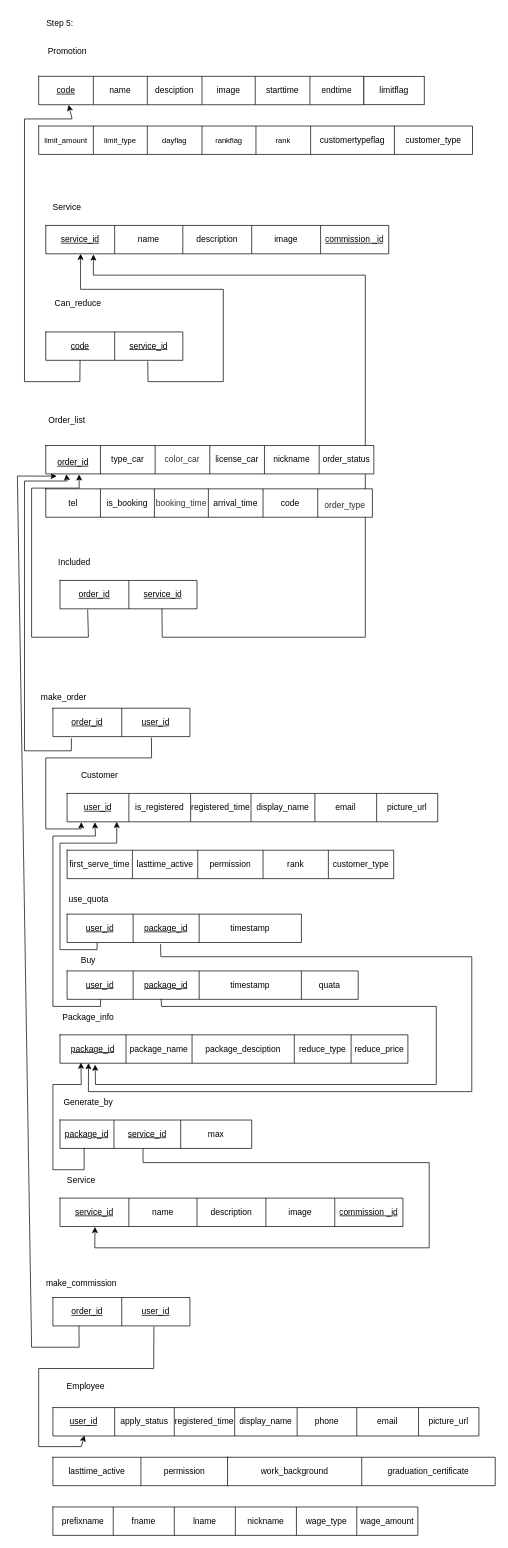
This is page "Step_P3" (4 of 8) of carcare.drawio from jarawin/carcare, a draw.io file, before an edit. Source tidied: cells renumbered, new cells numbered last; positions are measured from the earlier drawing's top-left corner, leaving out a move shared by most shapes. Both pictures are drawn from the tidied source at 71%, with x=0, y=0 at pixel (17, 12).
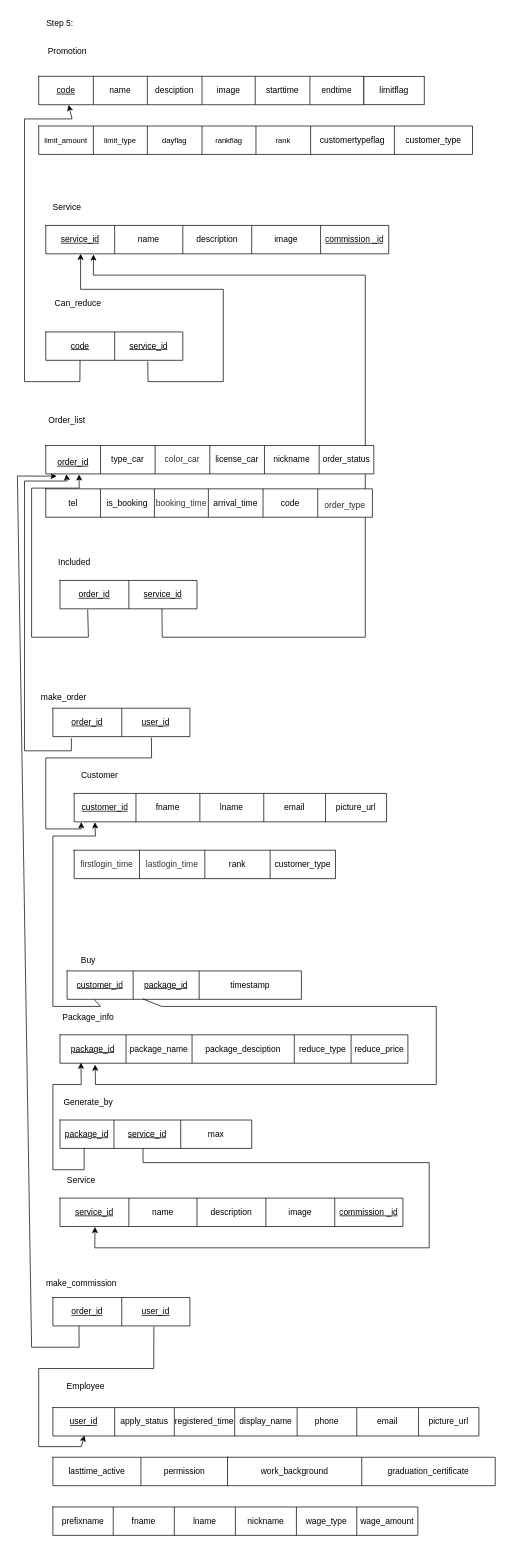
The same page after the edit.

Unchanged cells that the change refers to:
```xml
<mxCell id="29" style="shape=tableRow;horizontal=0;startSize=0;swimlaneHead=0;swimlaneBody=0;top=0;left=0;bottom=0;right=0;fillColor=none;points=[[0,0.5],[1,0.5]];portConstraint=eastwest;strokeColor=default;fontFamily=Helvetica;fontSize=12;fontColor=default;html=1;" parent="28" vertex="1">
  <mxGeometry width="490" height="40" as="geometry" />
</mxCell>
<mxCell id="86" style="shape=tableRow;horizontal=0;startSize=0;swimlaneHead=0;swimlaneBody=0;top=0;left=0;bottom=0;right=0;fillColor=none;points=[[0,0.5],[1,0.5]];portConstraint=eastwest;strokeColor=default;fontFamily=Helvetica;fontSize=12;fontColor=default;html=1;" parent="85" vertex="1">
  <mxGeometry width="193" height="40" as="geometry" />
</mxCell>
```

Change to the diagram source:
```diff
@@
     <mxCell id="36" style="shape=table;startSize=0;childLayout=tableLayout;strokeColor=default;fontFamily=Helvetica;fontSize=12;fontColor=default;fillColor=default;html=1;" parent="1" vertex="1">
-      <mxGeometry x="70" y="1350" width="410" height="40" as="geometry" />
+      <mxGeometry x="70" y="1350" width="330" height="40" as="geometry" />
     </mxCell>
     <mxCell id="37" style="shape=tableRow;horizontal=0;startSize=0;swimlaneHead=0;swimlaneBody=0;top=0;left=0;bottom=0;right=0;fillColor=none;points=[[0,0.5],[1,0.5]];portConstraint=eastwest;strokeColor=default;fontFamily=Helvetica;fontSize=12;fontColor=default;html=1;" parent="36" vertex="1">
-      <mxGeometry width="410" height="40" as="geometry" />
+      <mxGeometry width="330" height="40" as="geometry" />
     </mxCell>
-    <mxCell id="38" value="&lt;u&gt;user_id&lt;/u&gt;" style="shape=partialRectangle;html=1;whiteSpace=wrap;overflow=hidden;fillColor=none;top=0;left=0;bottom=0;right=0;strokeColor=default;fontFamily=Helvetica;fontSize=12;fontColor=default;startSize=0;" parent="37" vertex="1">
+    <mxCell id="38" value="&lt;u&gt;&lt;span style=&quot;line-height: 12.72px; font-family: Helvetica, sans-serif; background-image: initial; background-position: initial; background-size: initial; background-repeat: initial; background-attachment: initial; background-origin: initial; background-clip: initial;&quot;&gt;customer_id&lt;/span&gt;&lt;/u&gt;" style="shape=partialRectangle;html=1;whiteSpace=wrap;overflow=hidden;fillColor=none;top=0;left=0;bottom=0;right=0;strokeColor=default;fontFamily=Helvetica;fontSize=12;fontColor=default;startSize=0;" parent="37" vertex="1">
       <mxGeometry width="93" height="40" as="geometry" />
     </mxCell>
@@
-    <mxCell id="41" value="&lt;span style=&quot;font-size: 9pt; line-height: 106%; font-family: Helvetica, sans-serif; background-image: initial; background-position: initial; background-size: initial; background-repeat: initial; background-attachment: initial; background-origin: initial; background-clip: initial;&quot;&gt;quata&lt;/span&gt;" style="shape=partialRectangle;html=1;whiteSpace=wrap;overflow=hidden;fillColor=none;top=0;left=0;bottom=0;right=0;strokeColor=default;fontFamily=Helvetica;fontSize=12;fontColor=default;startSize=0;" parent="37" vertex="1">
-      <mxGeometry x="330" width="80" height="40" as="geometry" />
-    </mxCell>
-    <mxCell id="42" style="endArrow=classic;html=1;rounded=0;exitX=0.115;exitY=1.002;exitDx=0;exitDy=0;exitPerimeter=0;entryX=0.075;entryY=1.015;entryDx=0;entryDy=0;entryPerimeter=0;" parent="1" edge="1" source="37" target="61">
+    <mxCell id="42" style="endArrow=classic;html=1;rounded=0;exitX=0.115;exitY=1.002;exitDx=0;exitDy=0;exitPerimeter=0;entryX=0.075;entryY=1.015;entryDx=0;entryDy=0;entryPerimeter=0;" parent="1" edge="1" source="37">
       <mxGeometry relative="1" as="geometry">
+        <mxPoint x="109.2" y="1140.6" as="targetPoint" />
         <Array as="points">
           <mxPoint x="117" y="1400" />
           <mxPoint x="50" y="1400" />
           <mxPoint x="50" y="1160" />
           <mxPoint x="110" y="1160" />
         </Array>
       </mxGeometry>
     </mxCell>
@@
-    <mxCell id="60" style="shape=table;startSize=0;childLayout=tableLayout;strokeColor=default;fontFamily=Helvetica;fontSize=12;fontColor=default;fillColor=default;html=1;" parent="1" vertex="1">
-      <mxGeometry x="70" y="1100" width="522" height="40" as="geometry" />
-    </mxCell>
-    <mxCell id="61" style="shape=tableRow;horizontal=0;startSize=0;swimlaneHead=0;swimlaneBody=0;top=0;left=0;bottom=0;right=0;fillColor=none;points=[[0,0.5],[1,0.5]];portConstraint=eastwest;strokeColor=default;fontFamily=Helvetica;fontSize=12;fontColor=default;html=1;" parent="60" vertex="1">
-      <mxGeometry width="522" height="40" as="geometry" />
-    </mxCell>
-    <mxCell id="62" value="&lt;u&gt;&lt;span style=&quot;line-height: 106%; font-family: Helvetica, sans-serif; background-image: initial; background-position: initial; background-size: initial; background-repeat: initial; background-attachment: initial; background-origin: initial; background-clip: initial;&quot;&gt;&lt;font style=&quot;font-size: 12px;&quot;&gt;user_id&lt;/font&gt;&lt;/span&gt;&lt;/u&gt;" style="shape=partialRectangle;html=1;whiteSpace=wrap;overflow=hidden;fillColor=none;top=0;left=0;bottom=0;right=0;strokeColor=default;fontFamily=Helvetica;fontSize=12;fontColor=default;startSize=0;" parent="61" vertex="1">
-      <mxGeometry width="87" height="40" as="geometry" />
-    </mxCell>
-    <mxCell id="63" value="&lt;span style=&quot;line-height: 106%; font-family: Helvetica, sans-serif; background-image: initial; background-position: initial; background-size: initial; background-repeat: initial; background-attachment: initial; background-origin: initial; background-clip: initial;&quot;&gt;&lt;font style=&quot;font-size: 12px;&quot;&gt;is_registered&lt;/font&gt;&lt;/span&gt;" style="shape=partialRectangle;html=1;whiteSpace=wrap;overflow=hidden;fillColor=none;top=0;left=0;bottom=0;right=0;strokeColor=default;fontFamily=Helvetica;fontSize=12;fontColor=default;startSize=0;" parent="61" vertex="1">
-      <mxGeometry x="87" width="87" height="40" as="geometry" />
-    </mxCell>
-    <mxCell id="64" value="&lt;span style=&quot;line-height: 106%; font-family: Helvetica, sans-serif; background-image: initial; background-position: initial; background-size: initial; background-repeat: initial; background-attachment: initial; background-origin: initial; background-clip: initial;&quot;&gt;&lt;font style=&quot;font-size: 12px;&quot;&gt;registered_time&lt;/font&gt;&lt;/span&gt;" style="shape=partialRectangle;html=1;whiteSpace=wrap;overflow=hidden;fillColor=none;top=0;left=0;bottom=0;right=0;strokeColor=default;fontFamily=Helvetica;fontSize=12;fontColor=default;startSize=0;" parent="61" vertex="1">
-      <mxGeometry x="174" width="85" height="40" as="geometry" />
-    </mxCell>
-    <mxCell id="65" value="&lt;span style=&quot;line-height: 106%; font-family: Helvetica, sans-serif; background-image: initial; background-position: initial; background-size: initial; background-repeat: initial; background-attachment: initial; background-origin: initial; background-clip: initial;&quot;&gt;&lt;font style=&quot;font-size: 12px;&quot;&gt;display_name&lt;/font&gt;&lt;/span&gt;" style="shape=partialRectangle;html=1;whiteSpace=wrap;overflow=hidden;fillColor=none;top=0;left=0;bottom=0;right=0;strokeColor=default;fontFamily=Helvetica;fontSize=12;fontColor=default;startSize=0;" parent="61" vertex="1">
-      <mxGeometry x="259" width="90" height="40" as="geometry" />
-    </mxCell>
-    <mxCell id="66" value="&lt;span style=&quot;line-height: 106%; font-family: Helvetica, sans-serif; background-image: initial; background-position: initial; background-size: initial; background-repeat: initial; background-attachment: initial; background-origin: initial; background-clip: initial;&quot;&gt;&lt;font style=&quot;font-size: 12px;&quot;&gt;email&lt;/font&gt;&lt;/span&gt;" style="shape=partialRectangle;html=1;whiteSpace=wrap;overflow=hidden;fillColor=none;top=0;left=0;bottom=0;right=0;strokeColor=default;fontFamily=Helvetica;fontSize=12;fontColor=default;startSize=0;" parent="61" vertex="1">
-      <mxGeometry x="349" width="87" height="40" as="geometry" />
-    </mxCell>
-    <mxCell id="67" value="&lt;span style=&quot;line-height: 106%; font-family: Helvetica, sans-serif; background-image: initial; background-position: initial; background-size: initial; background-repeat: initial; background-attachment: initial; background-origin: initial; background-clip: initial;&quot;&gt;&lt;font style=&quot;font-size: 12px;&quot;&gt;picture_url&lt;/font&gt;&lt;/span&gt;" style="shape=partialRectangle;html=1;whiteSpace=wrap;overflow=hidden;fillColor=none;top=0;left=0;bottom=0;right=0;strokeColor=default;fontFamily=Helvetica;fontSize=12;fontColor=default;startSize=0;" parent="61" vertex="1">
-      <mxGeometry x="436" width="86" height="40" as="geometry" />
-    </mxCell>
-    <mxCell id="68" style="shape=table;startSize=0;childLayout=tableLayout;strokeColor=default;fontFamily=Helvetica;fontSize=12;fontColor=default;fillColor=default;html=1;" parent="1" vertex="1">
-      <mxGeometry x="70" y="1180" width="460" height="40" as="geometry" />
-    </mxCell>
-    <mxCell id="69" style="shape=tableRow;horizontal=0;startSize=0;swimlaneHead=0;swimlaneBody=0;top=0;left=0;bottom=0;right=0;fillColor=none;strokeColor=default;fontFamily=Helvetica;fontSize=12;fontColor=default;html=1;" parent="68" vertex="1">
-      <mxGeometry width="460" height="40" as="geometry" />
-    </mxCell>
-    <mxCell id="70" value="first_serve_time" style="shape=partialRectangle;html=1;whiteSpace=wrap;overflow=hidden;fillColor=none;top=0;left=0;bottom=0;right=0;strokeColor=default;fontFamily=Helvetica;fontSize=12;fontColor=default;startSize=0;" parent="69" vertex="1">
-      <mxGeometry width="92" height="40" as="geometry" />
-    </mxCell>
-    <mxCell id="71" value="&lt;span style=&quot;line-height: 106%; font-family: Helvetica, sans-serif; background-image: initial; background-position: initial; background-size: initial; background-repeat: initial; background-attachment: initial; background-origin: initial; background-clip: initial;&quot;&gt;&lt;font style=&quot;font-size: 12px;&quot;&gt;lasttime_active&lt;/font&gt;&lt;/span&gt;" style="shape=partialRectangle;html=1;whiteSpace=wrap;overflow=hidden;fillColor=none;top=0;left=0;bottom=0;right=0;strokeColor=default;fontFamily=Helvetica;fontSize=12;fontColor=default;startSize=0;" parent="69" vertex="1">
-      <mxGeometry x="92" width="92" height="40" as="geometry" />
-    </mxCell>
-    <mxCell id="72" value="&lt;span style=&quot;line-height: 106%; font-family: Helvetica, sans-serif; background-image: initial; background-position: initial; background-size: initial; background-repeat: initial; background-attachment: initial; background-origin: initial; background-clip: initial;&quot;&gt;&lt;font style=&quot;font-size: 12px;&quot;&gt;permission&lt;/font&gt;&lt;/span&gt;" style="shape=partialRectangle;html=1;whiteSpace=wrap;overflow=hidden;fillColor=none;top=0;left=0;bottom=0;right=0;strokeColor=default;fontFamily=Helvetica;fontSize=12;fontColor=default;startSize=0;" parent="69" vertex="1">
-      <mxGeometry x="184" width="92" height="40" as="geometry" />
-    </mxCell>
-    <mxCell id="73" value="&lt;span style=&quot;font-size: 9pt; line-height: 106%; font-family: Helvetica, sans-serif; background-image: initial; background-position: initial; background-size: initial; background-repeat: initial; background-attachment: initial; background-origin: initial; background-clip: initial;&quot;&gt;rank&lt;/span&gt;" style="shape=partialRectangle;html=1;whiteSpace=wrap;overflow=hidden;fillColor=none;top=0;left=0;bottom=0;right=0;strokeColor=default;fontFamily=Helvetica;fontSize=12;fontColor=default;startSize=0;" parent="69" vertex="1">
-      <mxGeometry x="276" width="92" height="40" as="geometry" />
-    </mxCell>
-    <mxCell id="74" value="&lt;span style=&quot;font-size: 9pt; line-height: 106%; font-family: Helvetica, sans-serif; background-image: initial; background-position: initial; background-size: initial; background-repeat: initial; background-attachment: initial; background-origin: initial; background-clip: initial;&quot;&gt;customer_type&lt;/span&gt;" style="shape=partialRectangle;html=1;whiteSpace=wrap;overflow=hidden;fillColor=none;top=0;left=0;bottom=0;right=0;strokeColor=default;fontFamily=Helvetica;fontSize=12;fontColor=default;startSize=0;" parent="69" vertex="1">
-      <mxGeometry x="368" width="92" height="40" as="geometry" />
-    </mxCell>
@@
-    <mxCell id="76" value="use_quota" style="text;html=1;align=center;verticalAlign=middle;strokeColor=none;fillColor=none;" parent="1" vertex="1">
-      <mxGeometry x="60" y="1235" width="80" height="30" as="geometry" />
-    </mxCell>
-    <mxCell id="77" style="shape=table;startSize=0;childLayout=tableLayout;strokeColor=default;fontFamily=Helvetica;fontSize=12;fontColor=default;fillColor=default;html=1;" parent="1" vertex="1">
-      <mxGeometry x="70" y="1270" width="330" height="40" as="geometry" />
-    </mxCell>
-    <mxCell id="78" style="shape=tableRow;horizontal=0;startSize=0;swimlaneHead=0;swimlaneBody=0;top=0;left=0;bottom=0;right=0;fillColor=none;points=[[0,0.5],[1,0.5]];portConstraint=eastwest;strokeColor=default;fontFamily=Helvetica;fontSize=12;fontColor=default;html=1;" parent="77" vertex="1">
-      <mxGeometry width="330" height="40" as="geometry" />
-    </mxCell>
-    <mxCell id="79" value="&lt;u&gt;user_id&lt;/u&gt;" style="shape=partialRectangle;html=1;whiteSpace=wrap;overflow=hidden;fillColor=none;top=0;left=0;bottom=0;right=0;strokeColor=default;fontFamily=Helvetica;fontSize=12;fontColor=default;startSize=0;" parent="78" vertex="1">
-      <mxGeometry width="93" height="40" as="geometry" />
-    </mxCell>
-    <mxCell id="80" value="&lt;u&gt;&lt;span style=&quot;font-size: 9pt; line-height: 12.72px; font-family: Helvetica, sans-serif; background-image: initial; background-position: initial; background-size: initial; background-repeat: initial; background-attachment: initial; background-origin: initial; background-clip: initial;&quot;&gt;package_id&lt;/span&gt;&lt;/u&gt;" style="shape=partialRectangle;html=1;whiteSpace=wrap;overflow=hidden;fillColor=none;top=0;left=0;bottom=0;right=0;strokeColor=default;fontFamily=Helvetica;fontSize=12;fontColor=default;startSize=0;" parent="78" vertex="1">
-      <mxGeometry x="93" width="93" height="40" as="geometry" />
-    </mxCell>
-    <mxCell id="81" value="&lt;span style=&quot;font-size: 9pt; line-height: 106%; font-family: Helvetica, sans-serif; background-image: initial; background-position: initial; background-size: initial; background-repeat: initial; background-attachment: initial; background-origin: initial; background-clip: initial;&quot;&gt;timestamp&lt;/span&gt;" style="shape=partialRectangle;html=1;whiteSpace=wrap;overflow=hidden;fillColor=none;top=0;left=0;bottom=0;right=0;strokeColor=default;fontFamily=Helvetica;fontSize=12;fontColor=default;startSize=0;" parent="78" vertex="1">
-      <mxGeometry x="186" width="144" height="40" as="geometry" />
-    </mxCell>
-    <mxCell id="82" style="edgeStyle=orthogonalEdgeStyle;rounded=0;jettySize=auto;html=1;exitX=0.128;exitY=1.011;exitDx=0;exitDy=0;entryX=0.134;entryY=1;entryDx=0;entryDy=0;entryPerimeter=0;exitPerimeter=0;" parent="1" edge="1" source="78" target="61">
-      <mxGeometry relative="1" as="geometry">
-        <Array as="points">
-          <mxPoint x="112" y="1320" />
-          <mxPoint x="60" y="1320" />
-          <mxPoint x="60" y="1170" />
-          <mxPoint x="140" y="1170" />
-        </Array>
-      </mxGeometry>
-    </mxCell>
-    <mxCell id="83" style="endArrow=classic;html=1;rounded=0;exitX=0.399;exitY=1.058;exitDx=0;exitDy=0;exitPerimeter=0;entryX=0.082;entryY=0.996;entryDx=0;entryDy=0;entryPerimeter=0;" parent="1" edge="1" source="78" target="29">
-      <mxGeometry relative="1" as="geometry">
-        <Array as="points">
-          <mxPoint x="202" y="1330" />
-          <mxPoint x="640" y="1330" />
-          <mxPoint x="640" y="1520" />
-          <mxPoint x="100" y="1520" />
-        </Array>
-      </mxGeometry>
-    </mxCell>
@@
-    <mxCell id="90" style="endArrow=classic;html=1;rounded=0;exitX=0.719;exitY=1.034;exitDx=0;exitDy=0;exitPerimeter=0;entryX=0.038;entryY=1.011;entryDx=0;entryDy=0;entryPerimeter=0;" parent="1" edge="1" source="86" target="61">
+    <mxCell id="90" style="endArrow=classic;html=1;rounded=0;exitX=0.719;exitY=1.034;exitDx=0;exitDy=0;exitPerimeter=0;entryX=0.038;entryY=1.011;entryDx=0;entryDy=0;entryPerimeter=0;" parent="1" edge="1" source="86">
       <mxGeometry relative="1" as="geometry">
+        <mxPoint x="89.8" y="1140.4" as="targetPoint" />
         <Array as="points">
           <mxPoint x="189" y="1050" />
           <mxPoint x="40" y="1050" />
           <mxPoint x="40" y="1150" />
           <mxPoint x="90" y="1150" />
         </Array>
       </mxGeometry>
     </mxCell>
@@
+    <mxCell id="158" style="shape=table;startSize=0;childLayout=tableLayout;strokeColor=default;fontFamily=Helvetica;fontSize=12;fontColor=default;fillColor=default;html=1;" parent="1" vertex="1">
+      <mxGeometry x="80" y="1100" width="440" height="40" as="geometry" />
+    </mxCell>
+    <mxCell id="159" style="shape=tableRow;horizontal=0;startSize=0;swimlaneHead=0;swimlaneBody=0;top=0;left=0;bottom=0;right=0;fillColor=none;strokeColor=default;fontFamily=Helvetica;fontSize=12;fontColor=default;html=1;" parent="158" vertex="1">
+      <mxGeometry width="440" height="40" as="geometry" />
+    </mxCell>
+    <mxCell id="160" value="&lt;u&gt;&lt;span style=&quot;line-height: 106%; font-family: Helvetica, sans-serif; background-image: initial; background-position: initial; background-size: initial; background-repeat: initial; background-attachment: initial; background-origin: initial; background-clip: initial;&quot;&gt;&lt;font style=&quot;font-size: 12px;&quot;&gt;customer_id&lt;/font&gt;&lt;/span&gt;&lt;/u&gt;" style="shape=partialRectangle;html=1;whiteSpace=wrap;overflow=hidden;fillColor=none;top=0;left=0;bottom=0;right=0;strokeColor=default;fontFamily=Helvetica;fontSize=12;fontColor=default;startSize=0;" parent="159" vertex="1">
+      <mxGeometry width="87" height="40" as="geometry" />
+    </mxCell>
+    <mxCell id="161" value="&lt;span style=&quot;line-height: 106%; font-family: Helvetica, sans-serif; background-image: initial; background-position: initial; background-size: initial; background-repeat: initial; background-attachment: initial; background-origin: initial; background-clip: initial;&quot;&gt;&lt;font style=&quot;font-size: 12px;&quot;&gt;fname&lt;/font&gt;&lt;/span&gt;" style="shape=partialRectangle;html=1;whiteSpace=wrap;overflow=hidden;fillColor=none;top=0;left=0;bottom=0;right=0;strokeColor=default;fontFamily=Helvetica;fontSize=12;fontColor=default;startSize=0;" parent="159" vertex="1">
+      <mxGeometry x="87" width="90" height="40" as="geometry" />
+    </mxCell>
+    <mxCell id="162" value="lname" style="shape=partialRectangle;html=1;whiteSpace=wrap;overflow=hidden;fillColor=none;top=0;left=0;bottom=0;right=0;strokeColor=default;fontFamily=Helvetica;fontSize=12;fontColor=default;startSize=0;" parent="159" vertex="1">
+      <mxGeometry x="177" width="90" height="40" as="geometry" />
+    </mxCell>
+    <mxCell id="66" value="&lt;span style=&quot;line-height: 106%; font-family: Helvetica, sans-serif; background-image: initial; background-position: initial; background-size: initial; background-repeat: initial; background-attachment: initial; background-origin: initial; background-clip: initial;&quot;&gt;&lt;font style=&quot;font-size: 12px;&quot;&gt;email&lt;/font&gt;&lt;/span&gt;" style="shape=partialRectangle;html=1;whiteSpace=wrap;overflow=hidden;fillColor=none;top=0;left=0;bottom=0;right=0;strokeColor=default;fontFamily=Helvetica;fontSize=12;fontColor=default;startSize=0;" parent="159" vertex="1">
+      <mxGeometry x="267" width="87" height="40" as="geometry" />
+    </mxCell>
+    <mxCell id="67" value="&lt;span style=&quot;line-height: 106%; font-family: Helvetica, sans-serif; background-image: initial; background-position: initial; background-size: initial; background-repeat: initial; background-attachment: initial; background-origin: initial; background-clip: initial;&quot;&gt;&lt;font style=&quot;font-size: 12px;&quot;&gt;picture_url&lt;/font&gt;&lt;/span&gt;" style="shape=partialRectangle;html=1;whiteSpace=wrap;overflow=hidden;fillColor=none;top=0;left=0;bottom=0;right=0;strokeColor=default;fontFamily=Helvetica;fontSize=12;fontColor=default;startSize=0;" parent="159" vertex="1">
+      <mxGeometry x="354" width="86" height="40" as="geometry" />
+    </mxCell>
+    <mxCell id="163" style="shape=table;startSize=0;childLayout=tableLayout;strokeColor=default;fontFamily=Helvetica;fontSize=12;fontColor=default;fillColor=default;html=1;" parent="1" vertex="1">
+      <mxGeometry x="80" y="1180" width="368" height="40" as="geometry" />
+    </mxCell>
+    <mxCell id="164" style="shape=tableRow;horizontal=0;startSize=0;swimlaneHead=0;swimlaneBody=0;top=0;left=0;bottom=0;right=0;fillColor=none;strokeColor=default;fontFamily=Helvetica;fontSize=12;fontColor=default;html=1;" parent="163" vertex="1">
+      <mxGeometry width="368" height="40" as="geometry" />
+    </mxCell>
+    <mxCell id="165" value="&lt;span style=&quot;color: rgb(51, 51, 51);&quot;&gt;firstlogin_time&lt;/span&gt;" style="shape=partialRectangle;html=1;whiteSpace=wrap;overflow=hidden;fillColor=none;top=0;left=0;bottom=0;right=0;strokeColor=default;fontFamily=Helvetica;fontSize=12;fontColor=default;startSize=0;" parent="164" vertex="1">
+      <mxGeometry width="92" height="40" as="geometry" />
+    </mxCell>
+    <mxCell id="166" value="&lt;span style=&quot;color: rgb(51, 51, 51);&quot;&gt;lastlogin_time&lt;/span&gt;" style="shape=partialRectangle;html=1;whiteSpace=wrap;overflow=hidden;fillColor=none;top=0;left=0;bottom=0;right=0;strokeColor=default;fontFamily=Helvetica;fontSize=12;fontColor=default;startSize=0;" parent="164" vertex="1">
+      <mxGeometry x="92" width="92" height="40" as="geometry" />
+    </mxCell>
+    <mxCell id="73" value="&lt;span style=&quot;font-size: 9pt; line-height: 106%; font-family: Helvetica, sans-serif; background-image: initial; background-position: initial; background-size: initial; background-repeat: initial; background-attachment: initial; background-origin: initial; background-clip: initial;&quot;&gt;rank&lt;/span&gt;" style="shape=partialRectangle;html=1;whiteSpace=wrap;overflow=hidden;fillColor=none;top=0;left=0;bottom=0;right=0;strokeColor=default;fontFamily=Helvetica;fontSize=12;fontColor=default;startSize=0;" parent="164" vertex="1">
+      <mxGeometry x="184" width="92" height="40" as="geometry" />
+    </mxCell>
+    <mxCell id="74" value="&lt;span style=&quot;font-size: 9pt; line-height: 106%; font-family: Helvetica, sans-serif; background-image: initial; background-position: initial; background-size: initial; background-repeat: initial; background-attachment: initial; background-origin: initial; background-clip: initial;&quot;&gt;customer_type&lt;/span&gt;" style="shape=partialRectangle;html=1;whiteSpace=wrap;overflow=hidden;fillColor=none;top=0;left=0;bottom=0;right=0;strokeColor=default;fontFamily=Helvetica;fontSize=12;fontColor=default;startSize=0;" parent="164" vertex="1">
+      <mxGeometry x="276" width="92" height="40" as="geometry" />
+    </mxCell>
```
